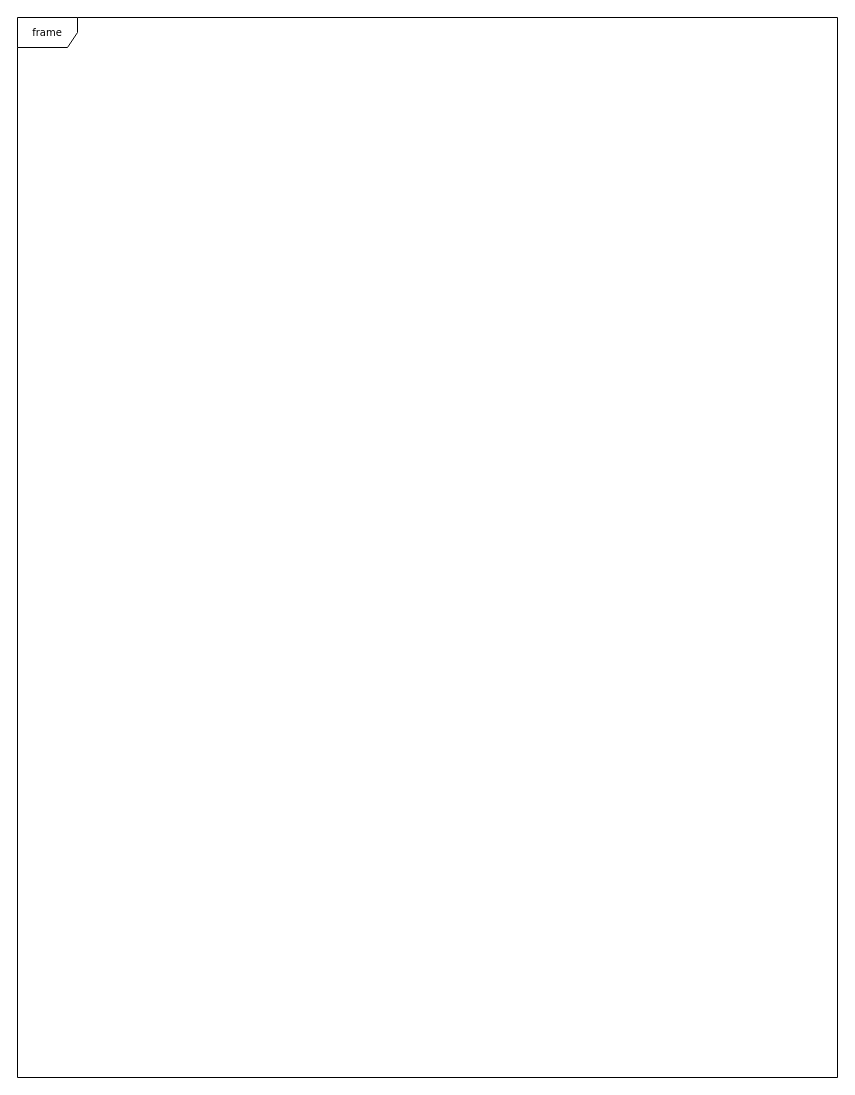
This is UseCaseDiagram.drawio from mbayzhanova/Dental_clinic, a draw.io file, before an edit. Source tidied: cells renumbered, new cells numbered last; positions are measured from the earlier drawing's top-left corner, leaving out a move shared by most shapes. Both pictures are drawn from the tidied source at 100%, with x=0, y=0 at pixel (17, 17).
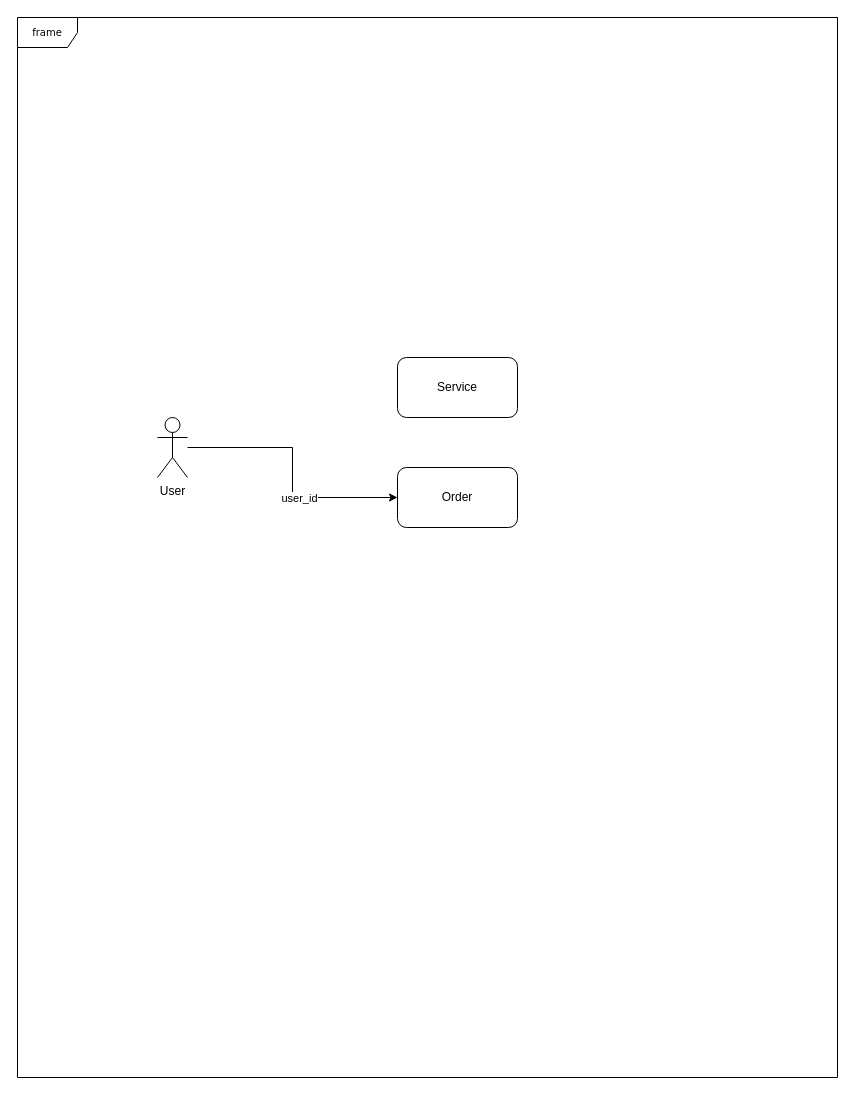
Above is the later version.

The edit, as a diff of the source:
```diff
@@
 <mxGraphModel>
   <root>
     <mxCell id="0" />
     <mxCell id="1" parent="0" />
     <mxCell id="2" value="frame" style="shape=umlFrame;whiteSpace=wrap;html=1;rounded=0;shadow=0;comic=0;labelBackgroundColor=none;strokeWidth=1;fontFamily=Verdana;fontSize=10;align=center;" parent="1" vertex="1">
       <mxGeometry width="820" height="1060" as="geometry" />
     </mxCell>
     <mxCell id="3" style="edgeStyle=orthogonalEdgeStyle;rounded=0;html=1;dashed=1;labelBackgroundColor=none;startFill=0;endArrow=open;endFill=0;endSize=10;fontFamily=Verdana;fontSize=10;" parent="1" edge="1">
       <mxGeometry relative="1" as="geometry">
         <mxPoint x="710" y="818" as="targetPoint" />
       </mxGeometry>
     </mxCell>
     <mxCell id="4" style="edgeStyle=orthogonalEdgeStyle;rounded=0;html=1;dashed=1;labelBackgroundColor=none;startFill=0;endArrow=open;endFill=0;endSize=10;fontFamily=Verdana;fontSize=10;" parent="1" edge="1">
       <mxGeometry relative="1" as="geometry">
         <mxPoint x="710" y="958" as="targetPoint" />
       </mxGeometry>
     </mxCell>
     <mxCell id="5" style="edgeStyle=orthogonalEdgeStyle;rounded=0;html=1;dashed=1;labelBackgroundColor=none;startFill=0;endArrow=open;endFill=0;endSize=10;fontFamily=Verdana;fontSize=10;" parent="1" edge="1">
       <mxGeometry relative="1" as="geometry">
         <mxPoint x="470" y="1009" as="targetPoint" />
         <Array as="points">
           <mxPoint x="390" y="1009" />
           <mxPoint x="390" y="1009" />
         </Array>
       </mxGeometry>
     </mxCell>
+    <mxCell id="6" style="edgeStyle=orthogonalEdgeStyle;rounded=0;jettySize=auto;html=1;entryX=0;entryY=0.5;entryDx=0;entryDy=0;" parent="1" edge="1" source="8" target="10">
+      <mxGeometry relative="1" as="geometry" />
+    </mxCell>
+    <mxCell id="7" value="user_id" style="edgeLabel;html=1;align=center;verticalAlign=middle;" parent="6" vertex="1">
+      <mxGeometry x="0.24" relative="1" as="geometry" />
+    </mxCell>
+    <mxCell id="8" value="User" style="shape=umlActor;verticalLabelPosition=bottom;verticalAlign=top;html=1;outlineConnect=0;" parent="1" vertex="1">
+      <mxGeometry x="140" y="400" width="30" height="60" as="geometry" />
+    </mxCell>
+    <mxCell id="9" value="Service" style="rounded=1;whiteSpace=wrap;html=1;" parent="1" vertex="1">
+      <mxGeometry x="380" y="340" width="120" height="60" as="geometry" />
+    </mxCell>
+    <mxCell id="10" value="Order" style="rounded=1;whiteSpace=wrap;html=1;" parent="1" vertex="1">
+      <mxGeometry x="380" y="450" width="120" height="60" as="geometry" />
+    </mxCell>
   </root>
 </mxGraphModel>
```
